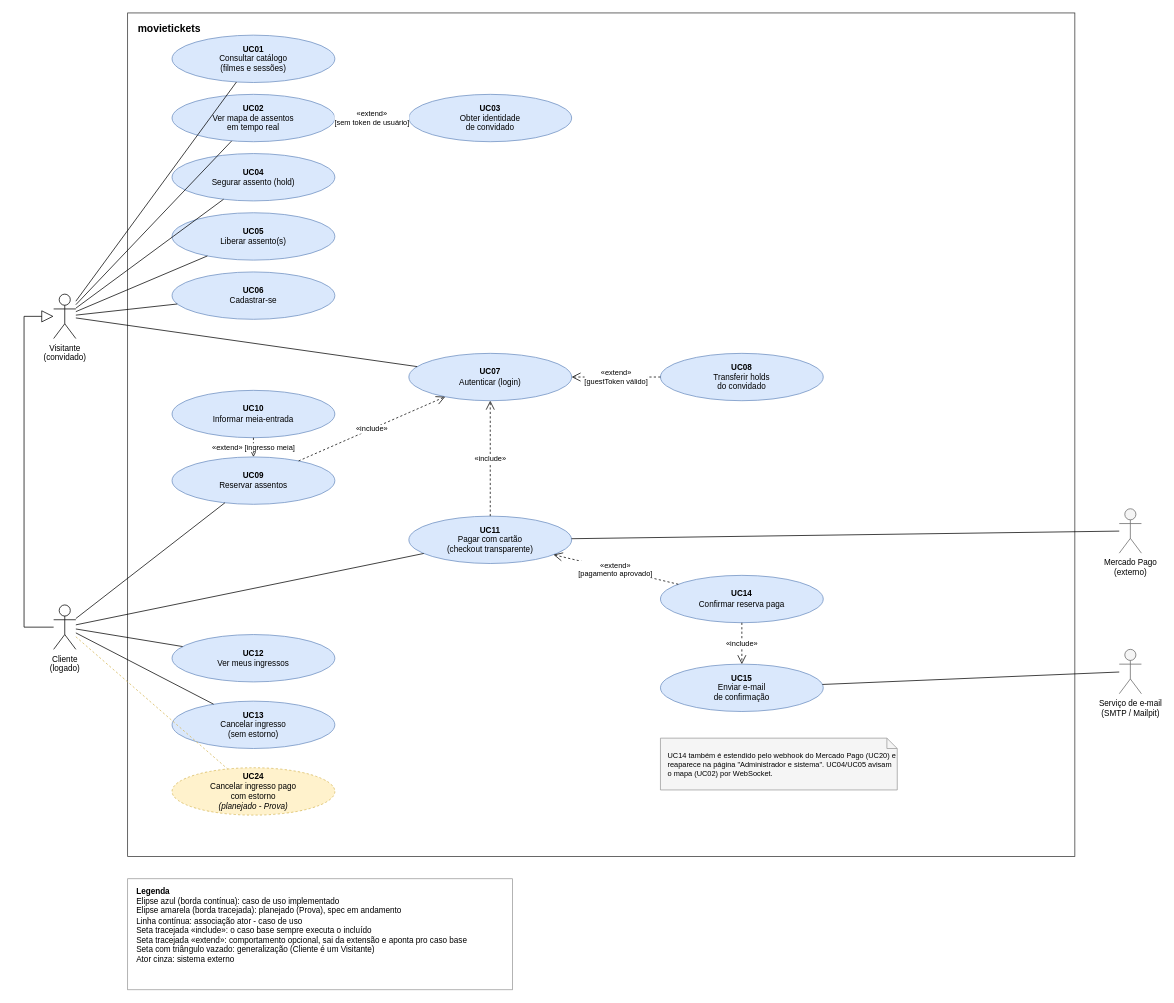
The draw.io diagram page "Visitante e Cliente" (1 of 2) of docs/use-cases/use-cases.drawio in D4rkM/movietickets, before the edit. Source tidied: cells renumbered, new cells numbered last; positions are measured from the earlier drawing's top-left corner, leaving out a move shared by most shapes. Both pictures are drawn from the tidied source at 74%, with x=0, y=0 at pixel (24, 13).
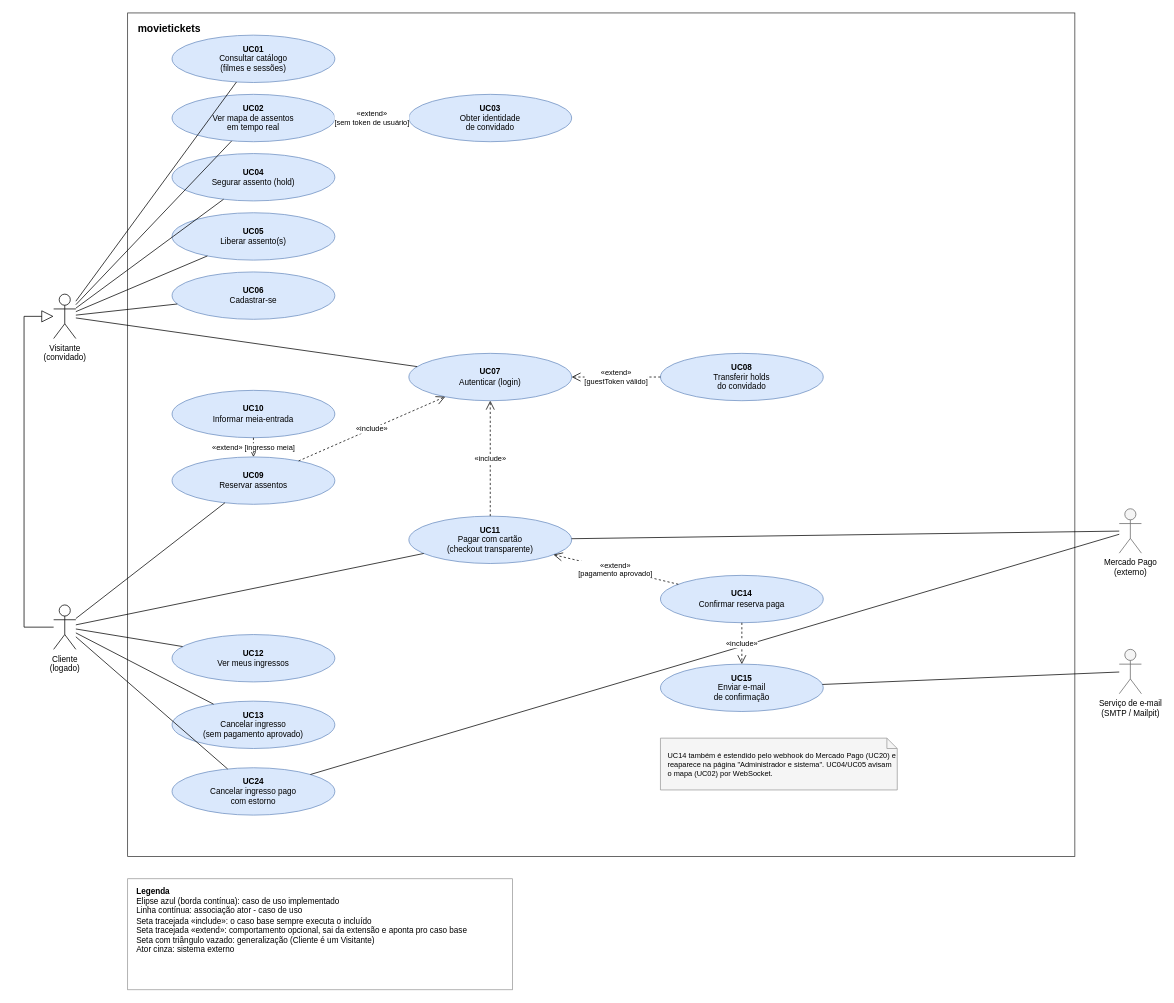
After the change.

Commit message (it also covers changes not shown here):
docs: casos de uso UC24 a UC27 entregues (estorno e monitoria) (#97)

The change refers to these unchanged cells:
```xml
<mxCell id="4" value="Cliente&lt;br&gt;(logado)" style="shape=umlActor;verticalLabelPosition=bottom;verticalAlign=top;html=1;outlineConnect=0;fontSize=11;" parent="1" vertex="1">
  <mxGeometry x="40" y="800" width="30" height="60" as="geometry" />
</mxCell>
<mxCell id="5" value="Mercado Pago&lt;br&gt;(externo)" style="shape=umlActor;verticalLabelPosition=bottom;verticalAlign=top;html=1;outlineConnect=0;fontSize=11;fillColor=#f5f5f5;strokeColor=#666666;" parent="1" vertex="1">
  <mxGeometry x="1480" y="670" width="30" height="60" as="geometry" />
</mxCell>
```

What changed in the source:
```diff
@@
-    <mxCell id="15" value="&lt;b&gt;UC13&lt;/b&gt;&lt;br&gt;Cancelar ingresso&lt;br&gt;(sem estorno)" style="ellipse;whiteSpace=wrap;html=1;fillColor=#dae8fc;strokeColor=#6c8ebf;fontSize=11;" parent="1" vertex="1">
+    <mxCell id="15" value="&lt;b&gt;UC13&lt;/b&gt;&lt;br&gt;Cancelar ingresso&lt;br&gt;(sem pagamento aprovado)" style="ellipse;whiteSpace=wrap;html=1;fillColor=#dae8fc;strokeColor=#6c8ebf;fontSize=11;" parent="1" vertex="1">
       <mxGeometry x="200" y="930" width="220" height="64" as="geometry" />
     </mxCell>
-    <mxCell id="16" value="&lt;b&gt;UC24&lt;/b&gt;&lt;br&gt;Cancelar ingresso pago&lt;br&gt;com estorno&lt;br&gt;&lt;i&gt;(planejado - Prova)&lt;/i&gt;" style="ellipse;whiteSpace=wrap;html=1;fillColor=#fff2cc;strokeColor=#d6b656;dashed=1;fontSize=11;" parent="1" vertex="1">
+    <mxCell id="16" value="&lt;b&gt;UC24&lt;/b&gt;&lt;br&gt;Cancelar ingresso pago&lt;br&gt;com estorno" style="ellipse;whiteSpace=wrap;html=1;fillColor=#dae8fc;strokeColor=#6c8ebf;fontSize=11;" parent="1" vertex="1">
       <mxGeometry x="200" y="1020" width="220" height="64" as="geometry" />
     </mxCell>
@@
-    <mxCell id="33" style="endArrow=none;html=1;rounded=0;dashed=1;strokeColor=#d6b656;" parent="1" edge="1" source="4" target="16">
+    <mxCell id="33" style="endArrow=none;html=1;rounded=0;" parent="1" edge="1" source="4" target="16">
       <mxGeometry relative="1" as="geometry" />
     </mxCell>
+    <mxCell id="46" style="endArrow=none;html=1;rounded=0;" parent="1" edge="1" source="5" target="16">
+      <mxGeometry relative="1" as="geometry" />
+    </mxCell>
@@
-    <mxCell id="45" value="&lt;b&gt;Legenda&lt;/b&gt;&lt;br&gt;Elipse azul (borda contínua): caso de uso implementado&lt;br&gt;Elipse amarela (borda tracejada): planejado (Prova), spec em andamento&lt;br&gt;Linha contínua: associação ator - caso de uso&lt;br&gt;Seta tracejada «include»: o caso base sempre executa o incluído&lt;br&gt;Seta tracejada «extend»: comportamento opcional, sai da extensão e aponta pro caso base&lt;br&gt;Seta com triângulo vazado: generalização (Cliente é um Visitante)&lt;br&gt;Ator cinza: sistema externo" style="rounded=0;whiteSpace=wrap;html=1;align=left;verticalAlign=top;spacingLeft=10;spacingTop=4;fontSize=11;fillColor=#ffffff;strokeColor=#999999;" parent="1" vertex="1">
+    <mxCell id="45" value="&lt;b&gt;Legenda&lt;/b&gt;&lt;br&gt;Elipse azul (borda contínua): caso de uso implementado&lt;br&gt;Linha contínua: associação ator - caso de uso&lt;br&gt;Seta tracejada «include»: o caso base sempre executa o incluído&lt;br&gt;Seta tracejada «extend»: comportamento opcional, sai da extensão e aponta pro caso base&lt;br&gt;Seta com triângulo vazado: generalização (Cliente é um Visitante)&lt;br&gt;Ator cinza: sistema externo" style="rounded=0;whiteSpace=wrap;html=1;align=left;verticalAlign=top;spacingLeft=10;spacingTop=4;fontSize=11;fillColor=#ffffff;strokeColor=#999999;" parent="1" vertex="1">
       <mxGeometry x="140" y="1170" width="520" height="150" as="geometry" />
     </mxCell>
```
